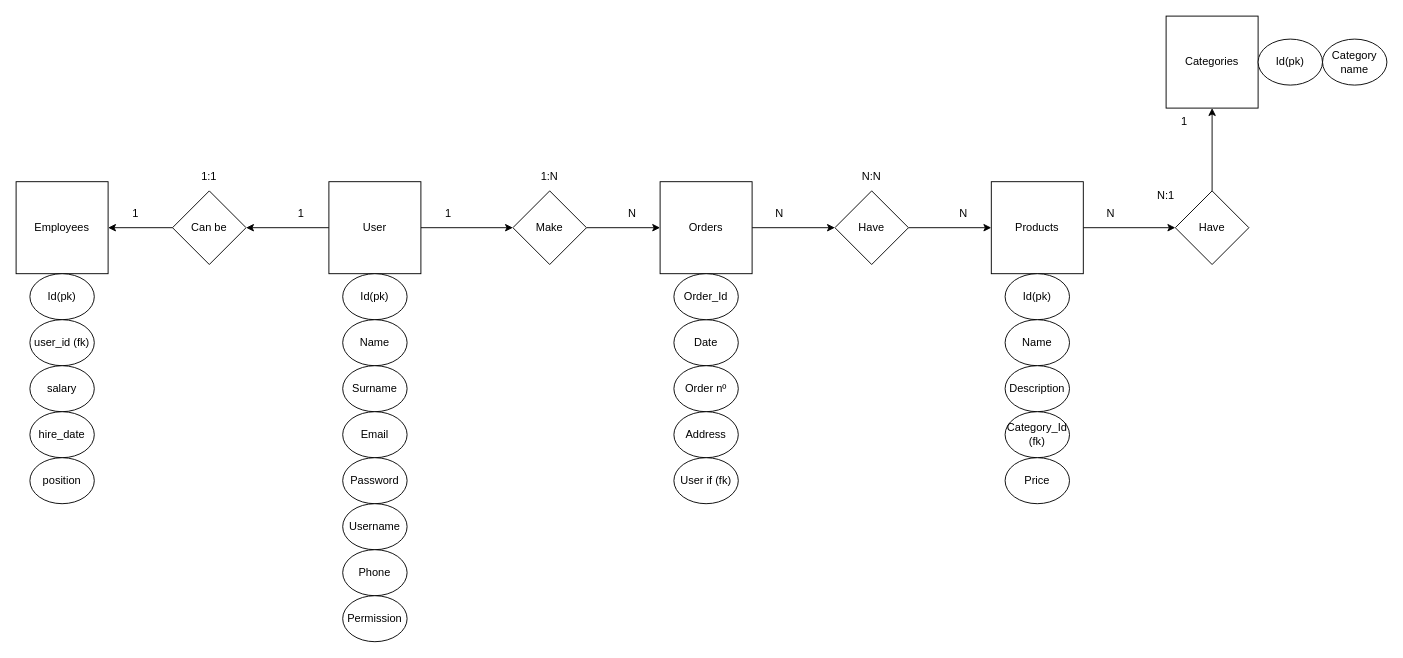
Rakions/proyecto-final keeps this draw.io diagram as page "Página-1" (2 of 2) of modelo_DDBB.drawio. Above is the earlier version. Source tidied: cells renumbered, new cells numbered last; positions are measured from the earlier drawing's top-left corner, leaving out a move shared by most shapes. Both pictures are drawn from the tidied source at 92%, with x=0, y=0 at pixel (16, 16).
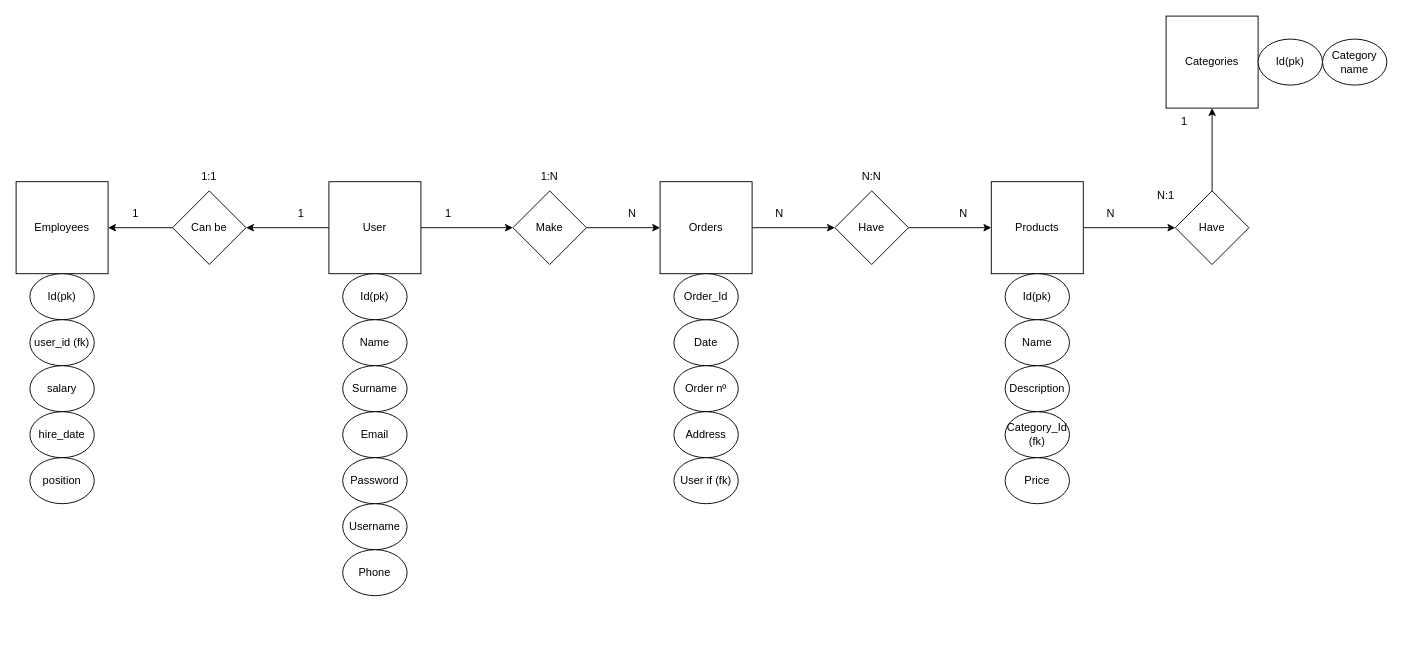
After the change.

Diff of the diagram source:
```diff
@@
-    <mxCell id="12" value="Permission" style="ellipse;whiteSpace=wrap;html=1;" parent="1" vertex="1">
-      <mxGeometry x="355" y="630" width="70" height="50" as="geometry" />
-    </mxCell>
```
